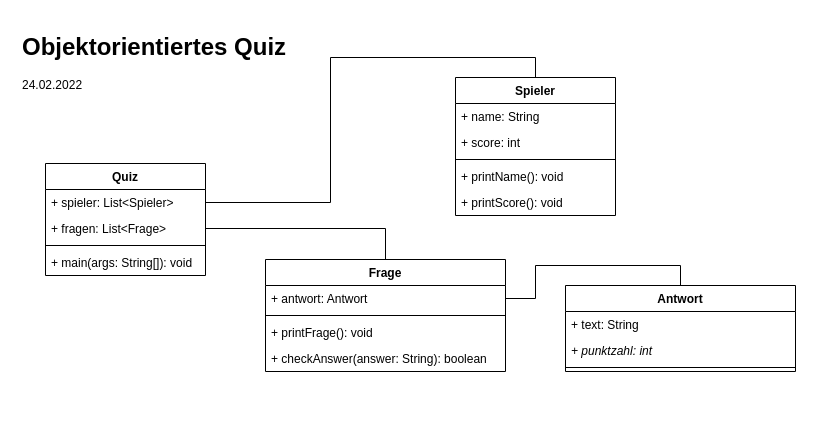
Earlier version of the draw.io diagram 20220224_quiz_oop/Quiz-OOP.drawio (wwi21ama-prog/prog2-inhalte). Source tidied: cells renumbered, new cells numbered last; positions are measured from the earlier drawing's top-left corner, leaving out a move shared by most shapes. Both pictures are drawn from the tidied source at 100%, with x=0, y=0 at pixel (17, 27).
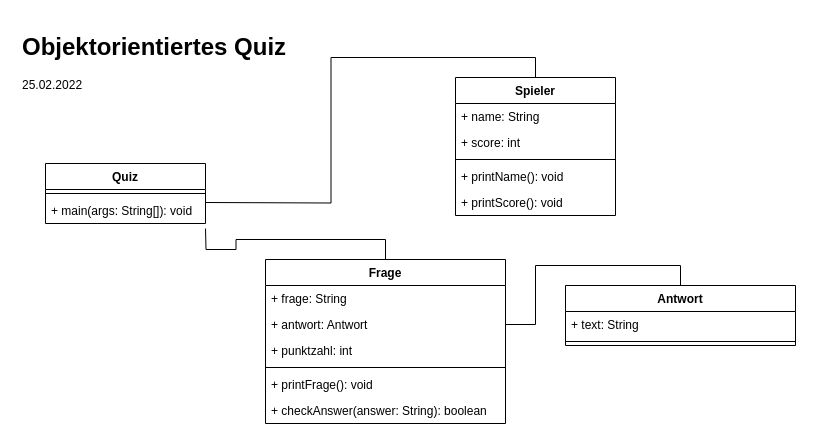
The same page after the edit.

Commit message:
Aktualisiertes Klassendiagramm

The change refers to these unchanged cells:
```xml
<mxCell id="2" value="Spieler" style="swimlane;fontStyle=1;align=center;verticalAlign=top;horizontal=1;startSize=26;" parent="1" vertex="1">
  <mxGeometry x="438" y="50" width="160" height="138" as="geometry" />
</mxCell>
```

Change to the diagram source:
```diff
@@
-    <mxCell id="8" style="edgeStyle=orthogonalEdgeStyle;rounded=0;jettySize=auto;html=1;exitX=0.5;exitY=0;exitDx=0;exitDy=0;entryX=1;entryY=0.5;entryDx=0;entryDy=0;endArrow=none;endFill=0;" parent="1" edge="1" source="9" target="16">
-      <mxGeometry relative="1" as="geometry" />
+    <mxCell id="8" style="edgeStyle=orthogonalEdgeStyle;rounded=0;jettySize=auto;html=1;exitX=0.5;exitY=0;exitDx=0;exitDy=0;entryX=1;entryY=0.5;entryDx=0;entryDy=0;endArrow=none;endFill=0;" parent="1" edge="1" source="9">
+      <mxGeometry relative="1" as="geometry">
+        <mxPoint x="188" y="201" as="targetPoint" />
+      </mxGeometry>
     </mxCell>
     <mxCell id="9" value="Frage" style="swimlane;fontStyle=1;align=center;verticalAlign=top;horizontal=1;startSize=26;" parent="1" vertex="1">
-      <mxGeometry x="248" y="232" width="240" height="112" as="geometry" />
+      <mxGeometry x="248" y="232" width="240" height="164" as="geometry" />
     </mxCell>
+    <mxCell id="26" value="+ frage: String" style="text;strokeColor=none;fillColor=none;align=left;verticalAlign=top;spacingLeft=4;spacingRight=4;overflow=hidden;" parent="9" vertex="1">
+      <mxGeometry y="26" width="240" height="26" as="geometry" />
+    </mxCell>
     <mxCell id="10" value="+ antwort: Antwort" style="text;strokeColor=none;fillColor=none;align=left;verticalAlign=top;spacingLeft=4;spacingRight=4;overflow=hidden;points=[[0,0.5],[1,0.5]];portConstraint=eastwest;" parent="9" vertex="1">
-      <mxGeometry y="26" width="240" height="26" as="geometry" />
+      <mxGeometry y="52" width="240" height="26" as="geometry" />
     </mxCell>
+    <mxCell id="21" value="+ punktzahl: int" style="text;strokeColor=none;fillColor=none;align=left;verticalAlign=top;spacingLeft=4;spacingRight=4;overflow=hidden;fontStyle=0;" parent="9" vertex="1">
+      <mxGeometry y="78" width="240" height="26" as="geometry" />
+    </mxCell>
     <mxCell id="11" style="line;strokeWidth=1;fillColor=none;align=left;verticalAlign=middle;spacingTop=-1;spacingLeft=3;spacingRight=3;labelPosition=right;" parent="9" vertex="1">
-      <mxGeometry y="52" width="240" height="8" as="geometry" />
+      <mxGeometry y="104" width="240" height="8" as="geometry" />
     </mxCell>
     <mxCell id="12" value="+ printFrage(): void" style="text;strokeColor=none;fillColor=none;align=left;verticalAlign=top;spacingLeft=4;spacingRight=4;overflow=hidden;" parent="9" vertex="1">
-      <mxGeometry y="60" width="240" height="26" as="geometry" />
+      <mxGeometry y="112" width="240" height="26" as="geometry" />
     </mxCell>
     <mxCell id="13" value="+ checkAnswer(answer: String): boolean" style="text;strokeColor=none;fillColor=none;align=left;verticalAlign=top;spacingLeft=4;spacingRight=4;overflow=hidden;" parent="9" vertex="1">
-      <mxGeometry y="86" width="240" height="26" as="geometry" />
+      <mxGeometry y="138" width="240" height="26" as="geometry" />
     </mxCell>
     <mxCell id="14" value="Quiz" style="swimlane;fontStyle=1;align=center;verticalAlign=top;horizontal=1;startSize=26;" parent="1" vertex="1">
-      <mxGeometry x="28" y="136" width="160" height="112" as="geometry" />
+      <mxGeometry x="28" y="136" width="160" height="60" as="geometry" />
     </mxCell>
-    <mxCell id="15" value="+ spieler: List&lt;Spieler&gt;" style="text;strokeColor=none;fillColor=none;align=left;verticalAlign=top;spacingLeft=4;spacingRight=4;overflow=hidden;points=[[0,0.5],[1,0.5]];portConstraint=eastwest;" parent="14" vertex="1">
-      <mxGeometry y="26" width="160" height="26" as="geometry" />
-    </mxCell>
-    <mxCell id="16" value="+ fragen: List&lt;Frage&gt;" style="text;strokeColor=none;fillColor=none;align=left;verticalAlign=top;spacingLeft=4;spacingRight=4;overflow=hidden;points=[[0,0.5],[1,0.5]];portConstraint=eastwest;" parent="14" vertex="1">
-      <mxGeometry y="52" width="160" height="26" as="geometry" />
-    </mxCell>
     <mxCell id="17" style="line;strokeWidth=1;fillColor=none;align=left;verticalAlign=middle;spacingTop=-1;spacingLeft=3;spacingRight=3;labelPosition=right;" parent="14" vertex="1">
-      <mxGeometry y="78" width="160" height="8" as="geometry" />
+      <mxGeometry y="26" width="160" height="8" as="geometry" />
     </mxCell>
     <mxCell id="18" value="+ main(args: String[]): void" style="text;strokeColor=none;fillColor=none;align=left;verticalAlign=top;spacingLeft=4;spacingRight=4;overflow=hidden;" parent="14" vertex="1">
-      <mxGeometry y="86" width="160" height="26" as="geometry" />
+      <mxGeometry y="34" width="160" height="26" as="geometry" />
     </mxCell>
     <mxCell id="19" value="Antwort" style="swimlane;fontStyle=1;align=center;verticalAlign=top;horizontal=1;startSize=26;" parent="1" vertex="1">
-      <mxGeometry x="548" y="258" width="230" height="86" as="geometry" />
+      <mxGeometry x="548" y="258" width="230" height="60" as="geometry" />
     </mxCell>
@@
-    <mxCell id="21" value="+ punktzahl: int" style="text;strokeColor=none;fillColor=none;align=left;verticalAlign=top;spacingLeft=4;spacingRight=4;overflow=hidden;fontStyle=2;" parent="19" vertex="1">
-      <mxGeometry y="52" width="230" height="26" as="geometry" />
-    </mxCell>
     <mxCell id="22" style="line;strokeWidth=1;fillColor=none;align=left;verticalAlign=middle;spacingTop=-1;spacingLeft=3;spacingRight=3;labelPosition=right;" parent="19" vertex="1">
-      <mxGeometry y="78" width="230" height="8" as="geometry" />
+      <mxGeometry y="52" width="230" height="8" as="geometry" />
     </mxCell>
@@
-    <mxCell id="24" style="edgeStyle=orthogonalEdgeStyle;rounded=0;jettySize=auto;html=1;exitX=1;exitY=0.5;exitDx=0;exitDy=0;entryX=0.5;entryY=0;entryDx=0;entryDy=0;endArrow=none;endFill=0;" parent="1" edge="1" source="15" target="2">
-      <mxGeometry relative="1" as="geometry" />
+    <mxCell id="24" style="edgeStyle=orthogonalEdgeStyle;rounded=0;jettySize=auto;html=1;exitX=1;exitY=0.5;exitDx=0;exitDy=0;entryX=0.5;entryY=0;entryDx=0;entryDy=0;endArrow=none;endFill=0;" parent="1" edge="1" target="2">
+      <mxGeometry relative="1" as="geometry">
+        <mxPoint x="188" y="175" as="sourcePoint" />
+      </mxGeometry>
     </mxCell>
-    <mxCell id="25" value="&lt;h1&gt;Objektorientiertes Quiz&lt;/h1&gt;&lt;div&gt;24.02.2022&lt;/div&gt;" style="text;html=1;strokeColor=none;fillColor=none;spacing=5;spacingTop=-20;whiteSpace=wrap;overflow=hidden;rounded=0;" parent="1" vertex="1">
+    <mxCell id="25" value="&lt;h1&gt;Objektorientiertes Quiz&lt;/h1&gt;&lt;div&gt;25.02.2022&lt;/div&gt;" style="text;html=1;strokeColor=none;fillColor=none;spacing=5;spacingTop=-20;whiteSpace=wrap;overflow=hidden;rounded=0;" parent="1" vertex="1">
       <mxGeometry width="290" height="70" as="geometry" />
     </mxCell>
```
